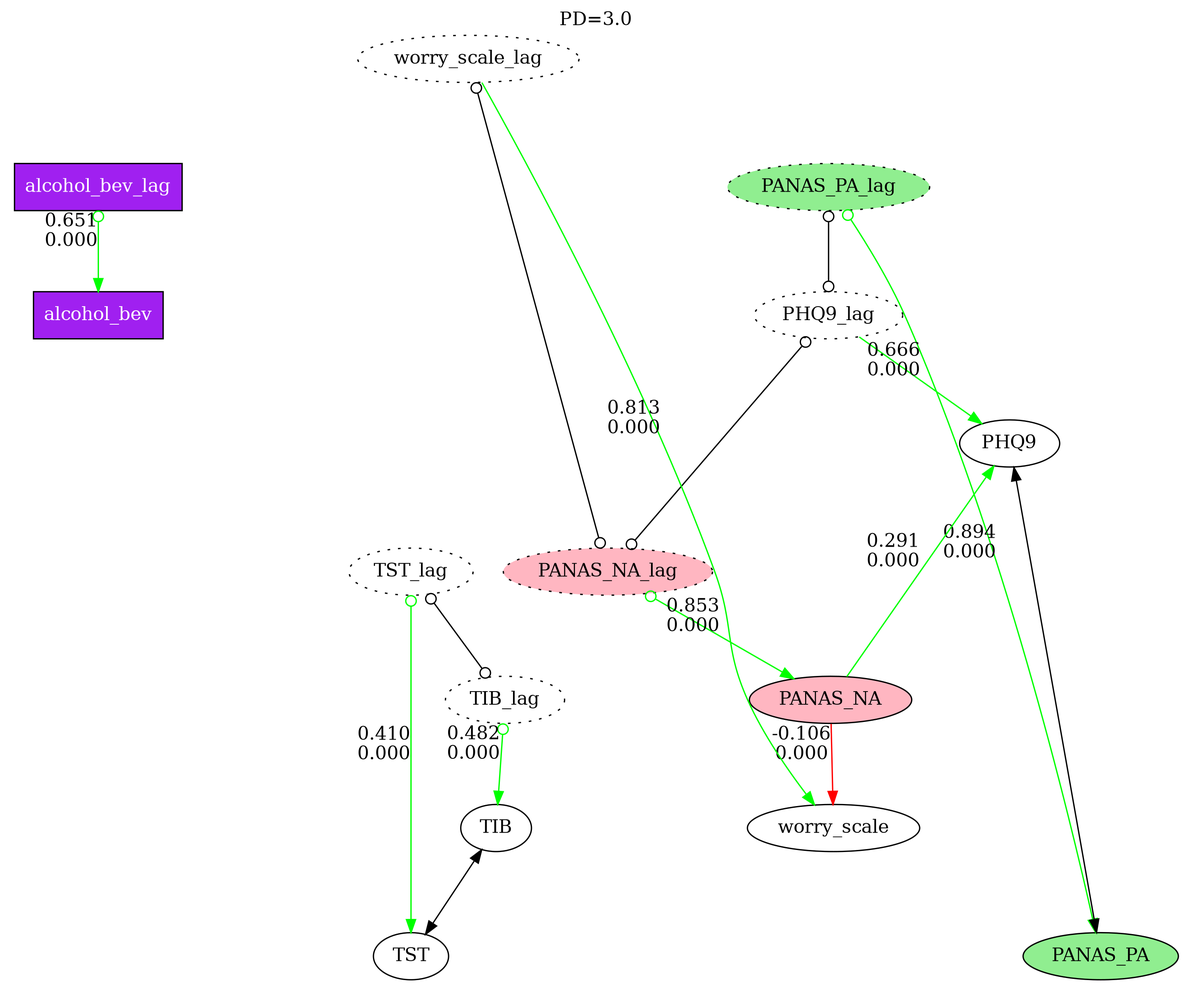
The Graphviz diagram paired_graph_pd3.png in kelvinlim/fastcda, before a commit. Its source is kept beside it as paired_graph_pd3.dot.
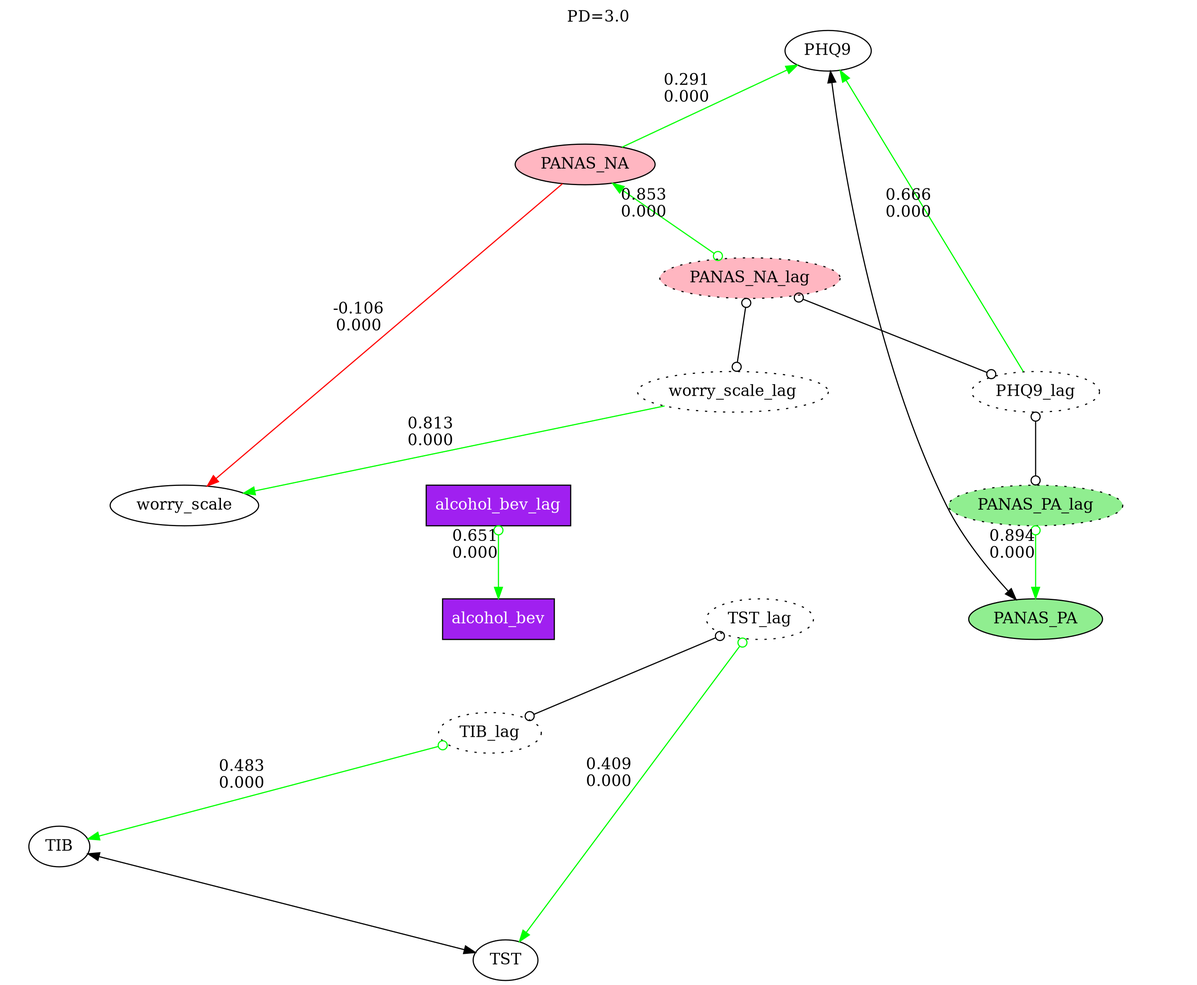
Above is the later version.

The edit, as a diff of the source:
```diff
@@ -1,30 +1,30 @@
 digraph {
 	node [color=black shape=oval]
 	dpi=300
-	PANAS_PA_lag -> PANAS_PA [label="0.894
+	worry_scale_lag -> worry_scale [label="0.813
+0.000" arrowhead=normal arrowtail=none color=green dir=both]
+	PANAS_NA_lag -> PHQ9_lag [label="" arrowhead=odot arrowtail=odot color=black dir=both]
+	TST_lag -> TIB_lag [label="" arrowhead=odot arrowtail=odot color=black dir=both]
+	TIB -> TST [label="" arrowhead=normal arrowtail=normal color=black dir=both]
+	PHQ9_lag -> PANAS_PA_lag [label="" arrowhead=odot arrowtail=odot color=black dir=both]
+	PANAS_PA -> PHQ9 [label="" arrowhead=normal arrowtail=normal color=black dir=both]
+	PHQ9_lag -> PHQ9 [label="0.666
+0.000" arrowhead=normal arrowtail=none color=green dir=both]
+	alcohol_bev_lag -> alcohol_bev [label="0.651
 0.000" arrowhead=normal arrowtail=odot color=green dir=both]
-	alcohol_bev_lag -> alcohol_bev [label="0.651
+	TIB_lag -> TIB [label="0.483
+0.000" arrowhead=normal arrowtail=odot color=green dir=both]
+	PANAS_NA_lag -> worry_scale_lag [label="" arrowhead=odot arrowtail=odot color=black dir=both]
+	PANAS_NA -> worry_scale [label="-0.106
+0.000" arrowhead=normal arrowtail=none color=red dir=both]
+	PANAS_NA_lag -> PANAS_NA [label="0.853
+0.000" arrowhead=normal arrowtail=odot color=green dir=both]
+	TST_lag -> TST [label="0.409
 0.000" arrowhead=normal arrowtail=odot color=green dir=both]
 	PANAS_NA -> PHQ9 [label="0.291
 0.000" arrowhead=normal arrowtail=none color=green dir=both]
-	PANAS_NA -> worry_scale [label="-0.106
-0.000" arrowhead=normal arrowtail=none color=red dir=both]
-	TIB_lag -> TIB [label="0.482
+	PANAS_PA_lag -> PANAS_PA [label="0.894
 0.000" arrowhead=normal arrowtail=odot color=green dir=both]
-	TST_lag -> TIB_lag [label="" arrowhead=odot arrowtail=odot color=black dir=both]
-	TIB -> TST [label="" arrowhead=normal arrowtail=normal color=black dir=both]
-	TST_lag -> TST [label="0.410
-0.000" arrowhead=normal arrowtail=odot color=green dir=both]
-	PANAS_NA_lag -> PANAS_NA [label="0.853
-0.000" arrowhead=normal arrowtail=odot color=green dir=both]
-	PANAS_PA -> PHQ9 [label="" arrowhead=normal arrowtail=normal color=black dir=both]
-	PHQ9_lag -> PHQ9 [label="0.666
-0.000" arrowhead=normal arrowtail=none color=green dir=both]
-	worry_scale_lag -> worry_scale [label="0.813
-0.000" arrowhead=normal arrowtail=none color=green dir=both]
-	PHQ9_lag -> PANAS_NA_lag [label="" arrowhead=odot arrowtail=odot color=black dir=both]
-	PANAS_PA_lag -> PHQ9_lag [label="" arrowhead=odot arrowtail=odot color=black dir=both]
-	PANAS_NA_lag -> worry_scale_lag [label="" arrowhead=odot arrowtail=odot color=black dir=both]
 	PANAS_NA [fillcolor=lightpink style=filled]
 	PANAS_NA_lag [fillcolor=lightpink style="filled,dotted"]
 	PANAS_PA [fillcolor=lightgreen style=filled]
@@ -35,20 +35,20 @@
 	alcohol_bev [fillcolor=purple fontcolor=white shape=box style=filled]
 	alcohol_bev_lag [fillcolor=purple fontcolor=white shape=box style=filled]
 	worry_scale_lag [style=dotted]
-	alcohol_bev_lag [pos="1.1555,12.25!"]
-	alcohol_bev [pos="1.1555,10.25!"]
-	TIB_lag [pos="6.8638,4.25!"]
-	TST_lag [pos="5.5443,6.25!"]
-	PANAS_PA_lag [pos="11.405,12.25!"]
-	PHQ9_lag [pos="11.405,10.25!"]
-	worry_scale_lag [pos="6.3499,14.25!"]
-	PANAS_NA_lag [pos="8.3082,6.25!"]
-	TIB [pos="6.7388,2.25!"]
-	TST [pos="5.5443,0.25!"]
-	PANAS_PA [pos="15.225,0.25!"]
-	PANAS_NA [pos="11.433,4.25!"]
-	worry_scale [pos="11.475,2.25!"]
-	PHQ9 [pos="13.947,8.25!"]
+	PHQ9 [pos="8.7222,16.25!"]
+	PANAS_NA [pos="6.3472,14.25!"]
+	worry_scale_lag [pos="7.7917,10.25!"]
+	worry_scale [pos="2.4306,8.25!"]
+	TIB [pos="1.2083,2.25!"]
+	PANAS_PA_lag [pos="10.75,8.25!"]
+	TST [pos="5.5694,0.25!"]
+	PANAS_NA_lag [pos="7.9583,12.25!"]
+	TST_lag [pos="8.0556,6.25!"]
+	PANAS_PA [pos="10.75,6.25!"]
+	TIB_lag [pos="5.4167,4.25!"]
+	PHQ9_lag [pos="10.75,10.25!"]
+	alcohol_bev_lag [pos="5.5,8.25!"]
+	alcohol_bev [pos="5.5,6.25!"]
 	overlap=false splines=true
 	ratio=fill size="10,8!"
 	fontsize=14 label="PD=3.0" labelloc=t
```
